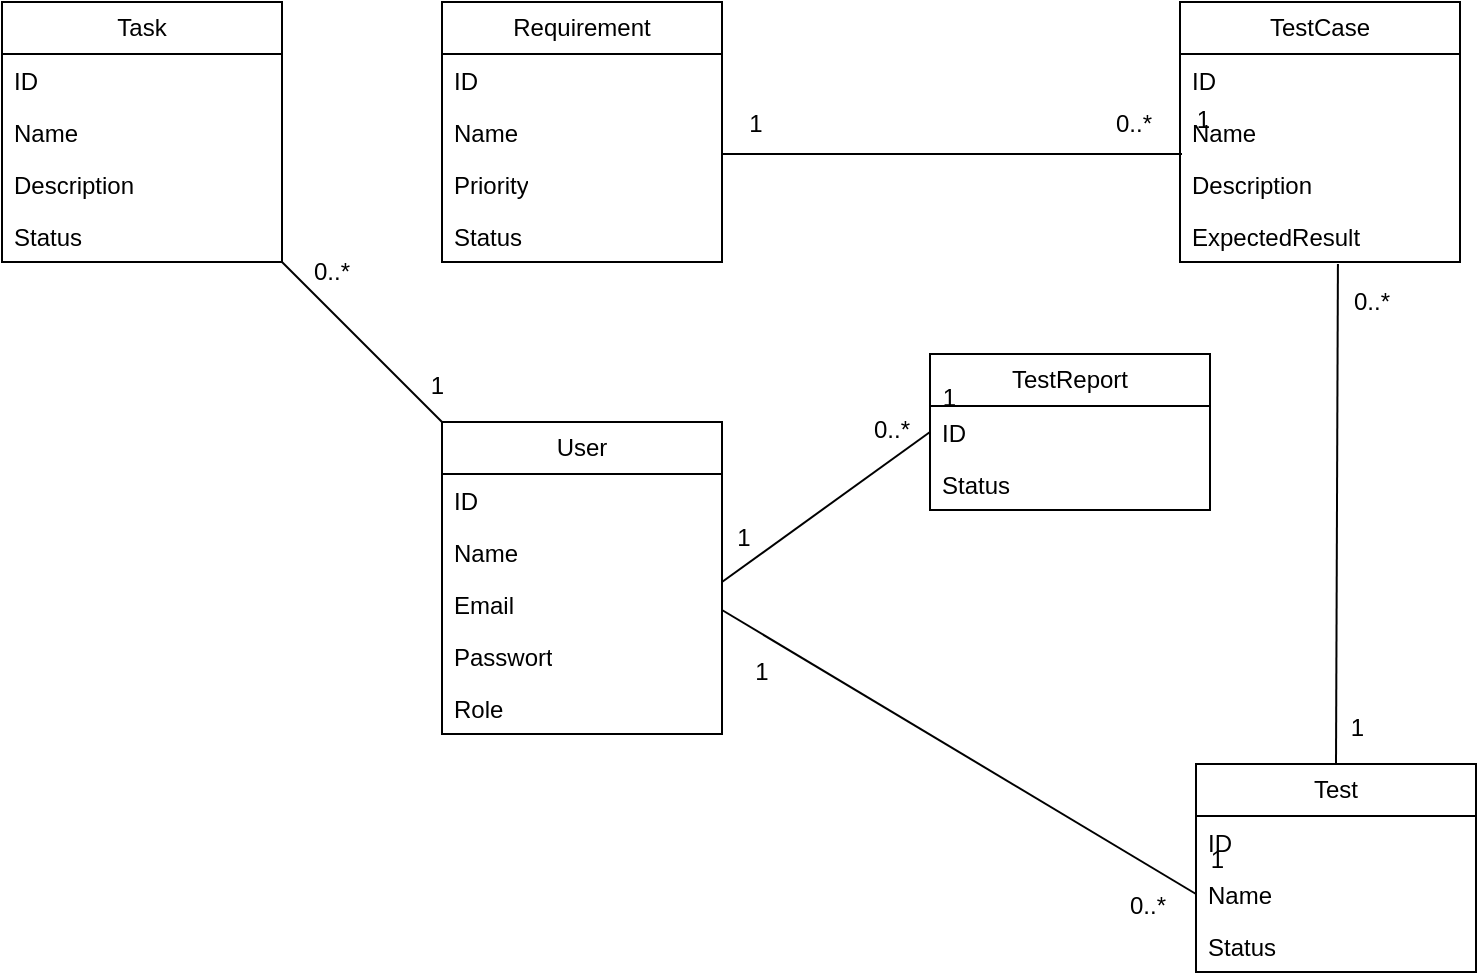
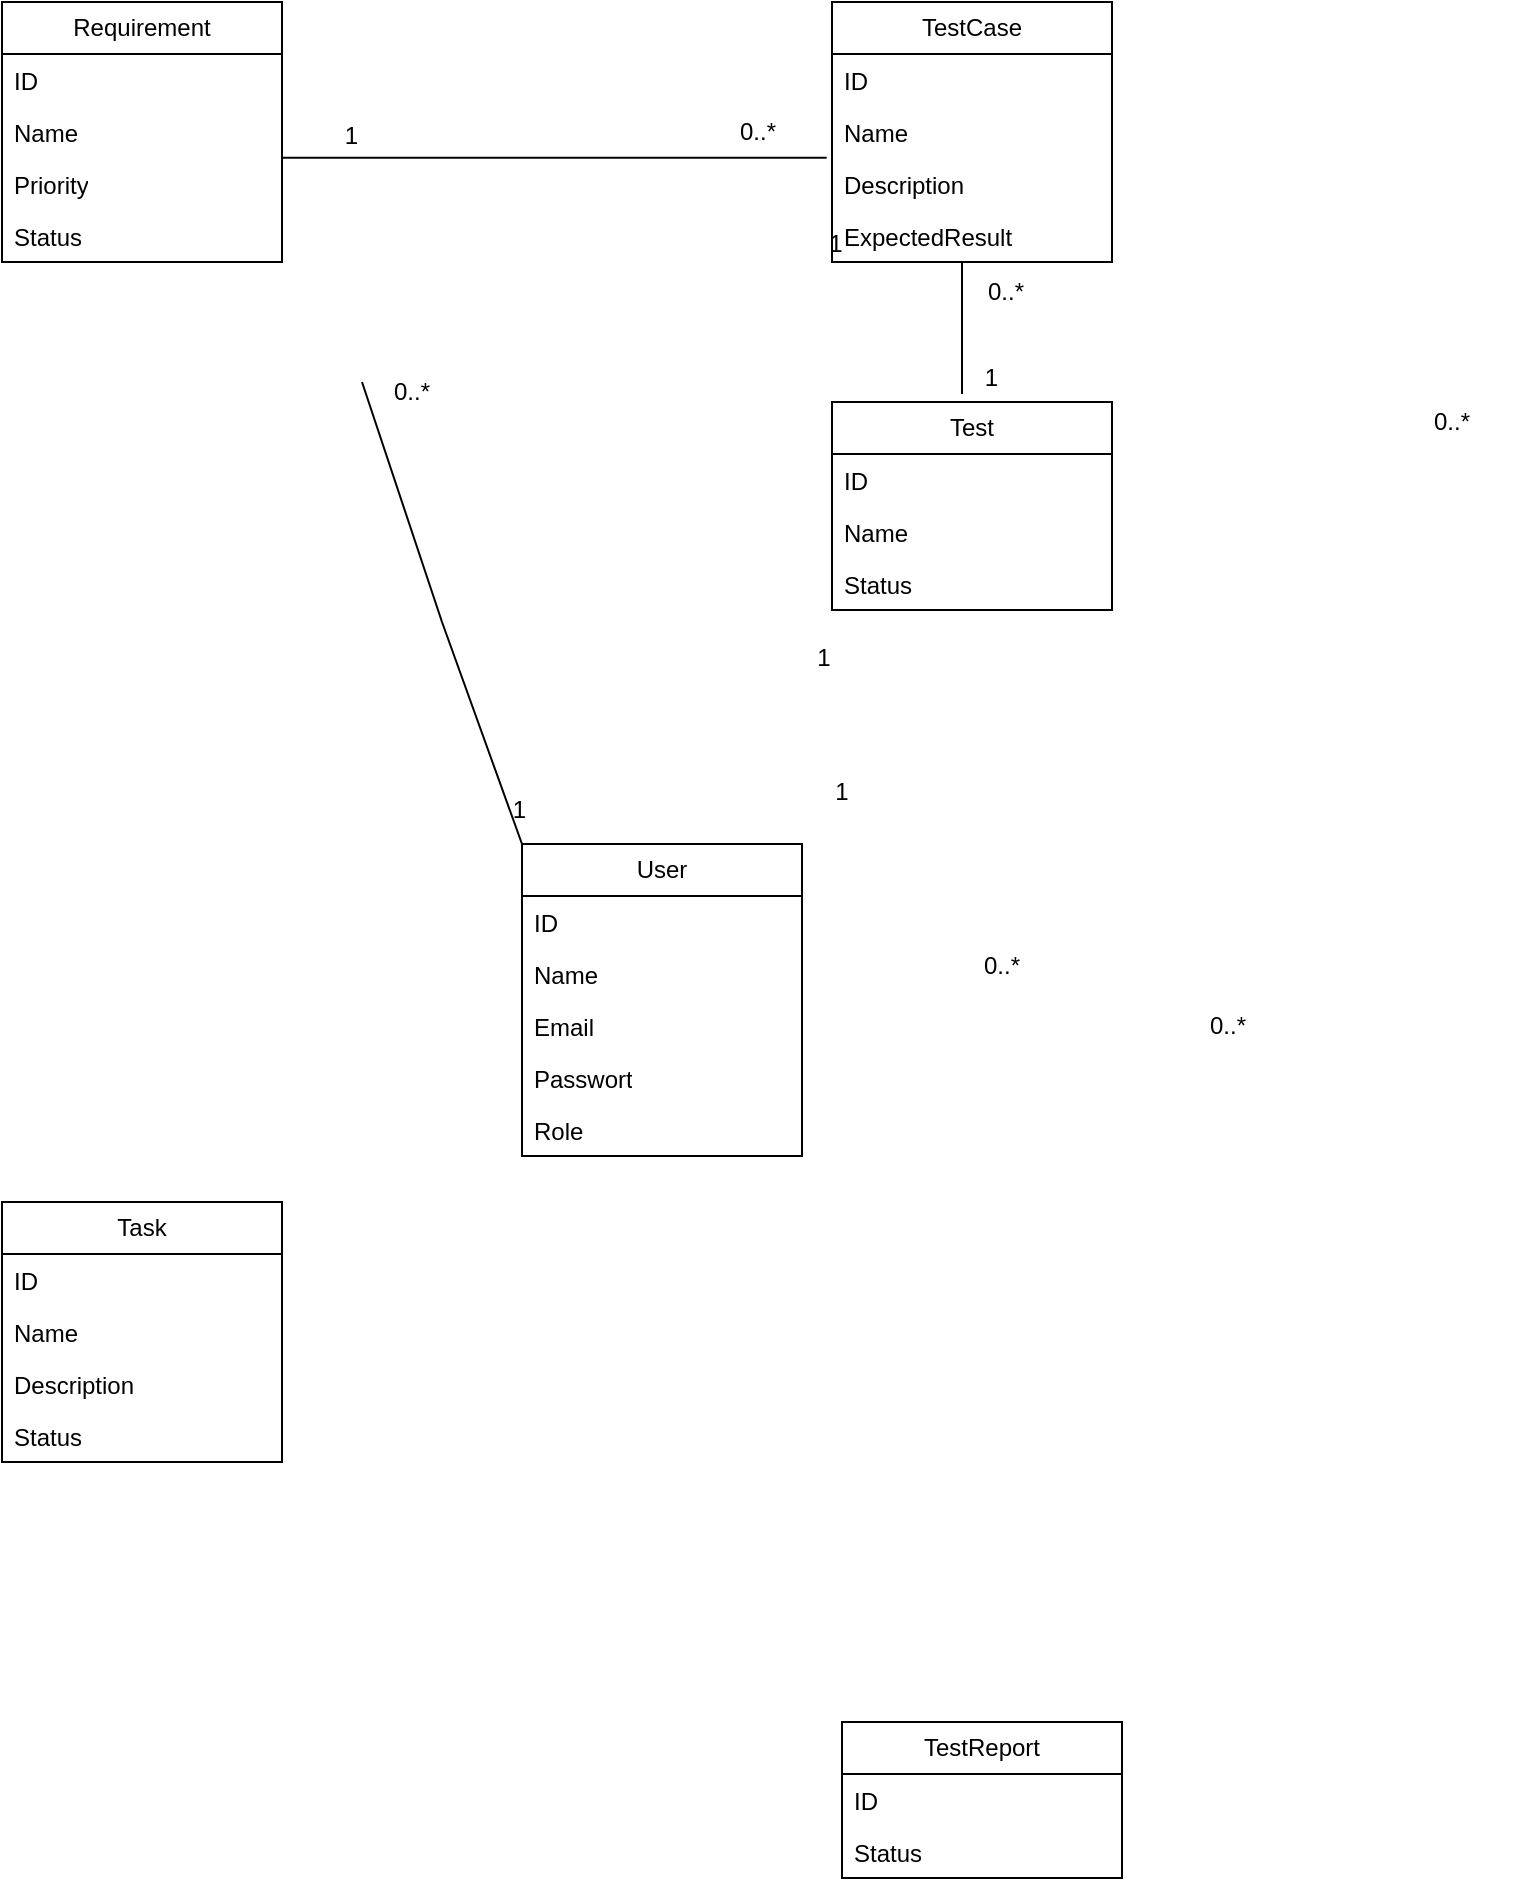
- <mxfile host="app.diagrams.net" agent="Mozilla/5.0 (Macintosh; Intel Mac OS X 10_15_7) AppleWebKit/605.1.15 (KHTML, like Gecko) Version/26.2 Safari/605.1.15" version="29.6.4">
+ <mxfile host="app.diagrams.net" agent="Mozilla/5.0 (Macintosh; Intel Mac OS X 10_15_7) AppleWebKit/605.1.15 (KHTML, like Gecko) Version/26.2 Safari/605.1.15">
  <diagram name="Page-1" id="9UJmMtd8jPqIVRHSLT7q">
-     <mxGraphModel dx="946" dy="642" grid="1" gridSize="10" guides="1" tooltips="1" connect="1" arrows="1" fold="1" page="1" pageScale="1" pageWidth="827" pageHeight="1169" math="0" shadow="0">
+     <mxGraphModel dx="1571" dy="971" grid="1" gridSize="10" guides="1" tooltips="1" connect="1" arrows="1" fold="1" page="1" pageScale="1" pageWidth="827" pageHeight="1169" math="0" shadow="0">
      <root>
        <mxCell id="0" />
        <mxCell id="1" parent="0" />
        <mxCell id="j4pG7-vl0huJbFuu1q33-1" parent="1" style="swimlane;fontStyle=0;childLayout=stackLayout;horizontal=1;startSize=26;fillColor=none;horizontalStack=0;resizeParent=1;resizeParentMax=0;resizeLast=0;collapsible=1;marginBottom=0;whiteSpace=wrap;html=1;" value="User" vertex="1">
-           <mxGeometry height="156" width="140" x="310" y="310" as="geometry" />
+           <mxGeometry height="156" width="140" x="310" y="461" as="geometry" />
        </mxCell>
        <mxCell id="j4pG7-vl0huJbFuu1q33-2" parent="j4pG7-vl0huJbFuu1q33-1" style="text;strokeColor=none;fillColor=none;align=left;verticalAlign=top;spacingLeft=4;spacingRight=4;overflow=hidden;rotatable=0;points=[[0,0.5],[1,0.5]];portConstraint=eastwest;whiteSpace=wrap;html=1;" value="ID" vertex="1">
          <mxGeometry height="26" width="140" y="26" as="geometry" />
        </mxCell>
        <mxCell id="j4pG7-vl0huJbFuu1q33-3" parent="j4pG7-vl0huJbFuu1q33-1" style="text;strokeColor=none;fillColor=none;align=left;verticalAlign=top;spacingLeft=4;spacingRight=4;overflow=hidden;rotatable=0;points=[[0,0.5],[1,0.5]];portConstraint=eastwest;whiteSpace=wrap;html=1;" value="Name" vertex="1">
          <mxGeometry height="26" width="140" y="52" as="geometry" />
        </mxCell>
        <mxCell id="j4pG7-vl0huJbFuu1q33-4" parent="j4pG7-vl0huJbFuu1q33-1" style="text;strokeColor=none;fillColor=none;align=left;verticalAlign=top;spacingLeft=4;spacingRight=4;overflow=hidden;rotatable=0;points=[[0,0.5],[1,0.5]];portConstraint=eastwest;whiteSpace=wrap;html=1;" value="Email" vertex="1">
          <mxGeometry height="26" width="140" y="78" as="geometry" />
        </mxCell>
        <mxCell id="o-WvR14eICfOpZ58rvUq-1" parent="j4pG7-vl0huJbFuu1q33-1" style="text;strokeColor=none;fillColor=none;align=left;verticalAlign=top;spacingLeft=4;spacingRight=4;overflow=hidden;rotatable=0;points=[[0,0.5],[1,0.5]];portConstraint=eastwest;whiteSpace=wrap;html=1;" value="Passwort" vertex="1">
          <mxGeometry height="26" width="140" y="104" as="geometry" />
        </mxCell>
        <mxCell id="o-WvR14eICfOpZ58rvUq-2" parent="j4pG7-vl0huJbFuu1q33-1" style="text;strokeColor=none;fillColor=none;align=left;verticalAlign=top;spacingLeft=4;spacingRight=4;overflow=hidden;rotatable=0;points=[[0,0.5],[1,0.5]];portConstraint=eastwest;whiteSpace=wrap;html=1;" value="Role" vertex="1">
          <mxGeometry height="26" width="140" y="130" as="geometry" />
        </mxCell>
        <mxCell id="o-WvR14eICfOpZ58rvUq-3" parent="1" style="swimlane;fontStyle=0;childLayout=stackLayout;horizontal=1;startSize=26;fillColor=none;horizontalStack=0;resizeParent=1;resizeParentMax=0;resizeLast=0;collapsible=1;marginBottom=0;whiteSpace=wrap;html=1;" value="Requirement" vertex="1">
-           <mxGeometry height="130" width="140" x="310" y="100" as="geometry" />
+           <mxGeometry height="130" width="140" x="50" y="40" as="geometry" />
        </mxCell>
        <mxCell id="o-WvR14eICfOpZ58rvUq-4" parent="o-WvR14eICfOpZ58rvUq-3" style="text;strokeColor=none;fillColor=none;align=left;verticalAlign=top;spacingLeft=4;spacingRight=4;overflow=hidden;rotatable=0;points=[[0,0.5],[1,0.5]];portConstraint=eastwest;whiteSpace=wrap;html=1;" value="ID" vertex="1">
          <mxGeometry height="26" width="140" y="26" as="geometry" />
        </mxCell>
        <mxCell id="o-WvR14eICfOpZ58rvUq-5" parent="o-WvR14eICfOpZ58rvUq-3" style="text;strokeColor=none;fillColor=none;align=left;verticalAlign=top;spacingLeft=4;spacingRight=4;overflow=hidden;rotatable=0;points=[[0,0.5],[1,0.5]];portConstraint=eastwest;whiteSpace=wrap;html=1;" value="Name" vertex="1">
          <mxGeometry height="26" width="140" y="52" as="geometry" />
        </mxCell>
        <mxCell id="o-WvR14eICfOpZ58rvUq-6" parent="o-WvR14eICfOpZ58rvUq-3" style="text;strokeColor=none;fillColor=none;align=left;verticalAlign=top;spacingLeft=4;spacingRight=4;overflow=hidden;rotatable=0;points=[[0,0.5],[1,0.5]];portConstraint=eastwest;whiteSpace=wrap;html=1;" value="Priority" vertex="1">
          <mxGeometry height="26" width="140" y="78" as="geometry" />
        </mxCell>
        <mxCell id="o-WvR14eICfOpZ58rvUq-7" parent="o-WvR14eICfOpZ58rvUq-3" style="text;strokeColor=none;fillColor=none;align=left;verticalAlign=top;spacingLeft=4;spacingRight=4;overflow=hidden;rotatable=0;points=[[0,0.5],[1,0.5]];portConstraint=eastwest;whiteSpace=wrap;html=1;" value="Status" vertex="1">
          <mxGeometry height="26" width="140" y="104" as="geometry" />
        </mxCell>
        <mxCell id="o-WvR14eICfOpZ58rvUq-9" parent="1" style="swimlane;fontStyle=0;childLayout=stackLayout;horizontal=1;startSize=26;fillColor=none;horizontalStack=0;resizeParent=1;resizeParentMax=0;resizeLast=0;collapsible=1;marginBottom=0;whiteSpace=wrap;html=1;" value="TestCase" vertex="1">
-           <mxGeometry height="130" width="140" x="679" y="100" as="geometry" />
+           <mxGeometry height="130" width="140" x="465" y="40" as="geometry" />
        </mxCell>
        <mxCell id="o-WvR14eICfOpZ58rvUq-10" parent="o-WvR14eICfOpZ58rvUq-9" style="text;strokeColor=none;fillColor=none;align=left;verticalAlign=top;spacingLeft=4;spacingRight=4;overflow=hidden;rotatable=0;points=[[0,0.5],[1,0.5]];portConstraint=eastwest;whiteSpace=wrap;html=1;" value="ID" vertex="1">
          <mxGeometry height="26" width="140" y="26" as="geometry" />
        </mxCell>
        <mxCell id="o-WvR14eICfOpZ58rvUq-11" parent="o-WvR14eICfOpZ58rvUq-9" style="text;strokeColor=none;fillColor=none;align=left;verticalAlign=top;spacingLeft=4;spacingRight=4;overflow=hidden;rotatable=0;points=[[0,0.5],[1,0.5]];portConstraint=eastwest;whiteSpace=wrap;html=1;" value="Name" vertex="1">
          <mxGeometry height="26" width="140" y="52" as="geometry" />
        </mxCell>
        <mxCell id="o-WvR14eICfOpZ58rvUq-12" parent="o-WvR14eICfOpZ58rvUq-9" style="text;strokeColor=none;fillColor=none;align=left;verticalAlign=top;spacingLeft=4;spacingRight=4;overflow=hidden;rotatable=0;points=[[0,0.5],[1,0.5]];portConstraint=eastwest;whiteSpace=wrap;html=1;" value="Description" vertex="1">
          <mxGeometry height="26" width="140" y="78" as="geometry" />
        </mxCell>
        <mxCell id="o-WvR14eICfOpZ58rvUq-13" parent="o-WvR14eICfOpZ58rvUq-9" style="text;strokeColor=none;fillColor=none;align=left;verticalAlign=top;spacingLeft=4;spacingRight=4;overflow=hidden;rotatable=0;points=[[0,0.5],[1,0.5]];portConstraint=eastwest;whiteSpace=wrap;html=1;" value="ExpectedResult" vertex="1">
          <mxGeometry height="26" width="140" y="104" as="geometry" />
        </mxCell>
        <mxCell id="o-WvR14eICfOpZ58rvUq-14" parent="1" style="swimlane;fontStyle=0;childLayout=stackLayout;horizontal=1;startSize=26;fillColor=none;horizontalStack=0;resizeParent=1;resizeParentMax=0;resizeLast=0;collapsible=1;marginBottom=0;whiteSpace=wrap;html=1;" value="Test" vertex="1">
-           <mxGeometry height="104" width="140" x="687" y="481" as="geometry" />
+           <mxGeometry height="104" width="140" x="465" y="240" as="geometry" />
        </mxCell>
        <mxCell id="o-WvR14eICfOpZ58rvUq-15" parent="o-WvR14eICfOpZ58rvUq-14" style="text;strokeColor=none;fillColor=none;align=left;verticalAlign=top;spacingLeft=4;spacingRight=4;overflow=hidden;rotatable=0;points=[[0,0.5],[1,0.5]];portConstraint=eastwest;whiteSpace=wrap;html=1;" value="ID" vertex="1">
          <mxGeometry height="26" width="140" y="26" as="geometry" />
        </mxCell>
        <mxCell id="o-WvR14eICfOpZ58rvUq-16" parent="o-WvR14eICfOpZ58rvUq-14" style="text;strokeColor=none;fillColor=none;align=left;verticalAlign=top;spacingLeft=4;spacingRight=4;overflow=hidden;rotatable=0;points=[[0,0.5],[1,0.5]];portConstraint=eastwest;whiteSpace=wrap;html=1;" value="Name" vertex="1">
          <mxGeometry height="26" width="140" y="52" as="geometry" />
        </mxCell>
        <mxCell id="o-WvR14eICfOpZ58rvUq-17" parent="o-WvR14eICfOpZ58rvUq-14" style="text;strokeColor=none;fillColor=none;align=left;verticalAlign=top;spacingLeft=4;spacingRight=4;overflow=hidden;rotatable=0;points=[[0,0.5],[1,0.5]];portConstraint=eastwest;whiteSpace=wrap;html=1;" value="Status" vertex="1">
          <mxGeometry height="26" width="140" y="78" as="geometry" />
        </mxCell>
        <mxCell id="o-WvR14eICfOpZ58rvUq-19" parent="1" style="swimlane;fontStyle=0;childLayout=stackLayout;horizontal=1;startSize=26;fillColor=none;horizontalStack=0;resizeParent=1;resizeParentMax=0;resizeLast=0;collapsible=1;marginBottom=0;whiteSpace=wrap;html=1;" value="Task" vertex="1">
-           <mxGeometry height="130" width="140" x="90" y="100" as="geometry" />
+           <mxGeometry height="130" width="140" x="50" y="640" as="geometry" />
        </mxCell>
        <mxCell id="o-WvR14eICfOpZ58rvUq-20" parent="o-WvR14eICfOpZ58rvUq-19" style="text;strokeColor=none;fillColor=none;align=left;verticalAlign=top;spacingLeft=4;spacingRight=4;overflow=hidden;rotatable=0;points=[[0,0.5],[1,0.5]];portConstraint=eastwest;whiteSpace=wrap;html=1;" value="ID" vertex="1">
          <mxGeometry height="26" width="140" y="26" as="geometry" />
        </mxCell>
        <mxCell id="o-WvR14eICfOpZ58rvUq-21" parent="o-WvR14eICfOpZ58rvUq-19" style="text;strokeColor=none;fillColor=none;align=left;verticalAlign=top;spacingLeft=4;spacingRight=4;overflow=hidden;rotatable=0;points=[[0,0.5],[1,0.5]];portConstraint=eastwest;whiteSpace=wrap;html=1;" value="Name" vertex="1">
          <mxGeometry height="26" width="140" y="52" as="geometry" />
        </mxCell>
        <mxCell id="o-WvR14eICfOpZ58rvUq-22" parent="o-WvR14eICfOpZ58rvUq-19" style="text;strokeColor=none;fillColor=none;align=left;verticalAlign=top;spacingLeft=4;spacingRight=4;overflow=hidden;rotatable=0;points=[[0,0.5],[1,0.5]];portConstraint=eastwest;whiteSpace=wrap;html=1;" value="Description" vertex="1">
          <mxGeometry height="26" width="140" y="78" as="geometry" />
        </mxCell>
        <mxCell id="o-WvR14eICfOpZ58rvUq-23" parent="o-WvR14eICfOpZ58rvUq-19" style="text;strokeColor=none;fillColor=none;align=left;verticalAlign=top;spacingLeft=4;spacingRight=4;overflow=hidden;rotatable=0;points=[[0,0.5],[1,0.5]];portConstraint=eastwest;whiteSpace=wrap;html=1;" value="Status" vertex="1">
          <mxGeometry height="26" width="140" y="104" as="geometry" />
        </mxCell>
        <mxCell id="o-WvR14eICfOpZ58rvUq-24" parent="1" style="swimlane;fontStyle=0;childLayout=stackLayout;horizontal=1;startSize=26;fillColor=none;horizontalStack=0;resizeParent=1;resizeParentMax=0;resizeLast=0;collapsible=1;marginBottom=0;whiteSpace=wrap;html=1;" value="TestReport" vertex="1">
-           <mxGeometry height="78" width="140" x="554" y="276" as="geometry" />
+           <mxGeometry height="78" width="140" x="470" y="900" as="geometry" />
        </mxCell>
        <mxCell id="o-WvR14eICfOpZ58rvUq-25" parent="o-WvR14eICfOpZ58rvUq-24" style="text;strokeColor=none;fillColor=none;align=left;verticalAlign=top;spacingLeft=4;spacingRight=4;overflow=hidden;rotatable=0;points=[[0,0.5],[1,0.5]];portConstraint=eastwest;whiteSpace=wrap;html=1;" value="ID" vertex="1">
          <mxGeometry height="26" width="140" y="26" as="geometry" />
        </mxCell>
        <mxCell id="o-WvR14eICfOpZ58rvUq-27" parent="o-WvR14eICfOpZ58rvUq-24" style="text;strokeColor=none;fillColor=none;align=left;verticalAlign=top;spacingLeft=4;spacingRight=4;overflow=hidden;rotatable=0;points=[[0,0.5],[1,0.5]];portConstraint=eastwest;whiteSpace=wrap;html=1;" value="Status" vertex="1">
          <mxGeometry height="26" width="140" y="52" as="geometry" />
        </mxCell>
        <mxCell id="o-WvR14eICfOpZ58rvUq-37" parent="1" style="text;html=1;whiteSpace=wrap;strokeColor=none;fillColor=none;align=center;verticalAlign=middle;rounded=0;" value="1" vertex="1">
          <mxGeometry height="30" width="60" x="437" y="146" as="geometry" />
        </mxCell>
        <mxCell id="o-WvR14eICfOpZ58rvUq-38" parent="1" style="text;html=1;whiteSpace=wrap;strokeColor=none;fillColor=none;align=center;verticalAlign=middle;rounded=0;" value="0..*" vertex="1">
-           <mxGeometry height="30" width="60" x="626" y="146" as="geometry" />
+           <mxGeometry height="30" width="60" x="398" y="90" as="geometry" />
        </mxCell>
        <mxCell id="o-WvR14eICfOpZ58rvUq-39" parent="1" style="text;html=1;whiteSpace=wrap;strokeColor=none;fillColor=none;align=center;verticalAlign=middle;rounded=0;" value="0..*" vertex="1">
          <mxGeometry height="30" width="60" x="745" y="235" as="geometry" />
        </mxCell>
        <mxCell id="o-WvR14eICfOpZ58rvUq-44" parent="1" style="text;html=1;whiteSpace=wrap;strokeColor=none;fillColor=none;align=center;verticalAlign=middle;rounded=0;" value="0..*" vertex="1">
          <mxGeometry height="30" width="60" x="633" y="537" as="geometry" />
        </mxCell>
        <mxCell id="o-WvR14eICfOpZ58rvUq-45" parent="1" style="text;html=1;whiteSpace=wrap;strokeColor=none;fillColor=none;align=center;verticalAlign=middle;rounded=0;" value="1" vertex="1">
          <mxGeometry height="30" width="60" x="431" y="353" as="geometry" />
        </mxCell>
        <mxCell id="o-WvR14eICfOpZ58rvUq-46" parent="1" style="text;html=1;whiteSpace=wrap;strokeColor=none;fillColor=none;align=center;verticalAlign=middle;rounded=0;" value="0..*" vertex="1">
-           <mxGeometry height="30" width="60" x="505" y="299" as="geometry" />
+           <mxGeometry height="30" width="60" x="520" y="507" as="geometry" />
        </mxCell>
        <mxCell id="o-WvR14eICfOpZ58rvUq-47" edge="1" parent="1" style="endArrow=none;html=1;rounded=0;entryX=0;entryY=0;entryDx=0;entryDy=0;" target="j4pG7-vl0huJbFuu1q33-1" value="">
          <mxGeometry relative="1" as="geometry">
+             <Array as="points">
+               <mxPoint x="270" y="350" />
+             </Array>
            <mxPoint x="230" y="230" as="sourcePoint" />
            <mxPoint x="390" y="230" as="targetPoint" />
          </mxGeometry>
        </mxCell>
        <mxCell id="o-WvR14eICfOpZ58rvUq-48" connectable="0" parent="o-WvR14eICfOpZ58rvUq-47" style="resizable=0;html=1;whiteSpace=wrap;align=right;verticalAlign=bottom;" value="1" vertex="1">
          <mxGeometry relative="1" x="1" as="geometry">
            <mxPoint x="3" y="-9" as="offset" />
          </mxGeometry>
        </mxCell>
        <mxCell id="o-WvR14eICfOpZ58rvUq-49" parent="1" style="text;html=1;whiteSpace=wrap;strokeColor=none;fillColor=none;align=center;verticalAlign=middle;rounded=0;" value="0..*" vertex="1">
          <mxGeometry height="30" width="60" x="225" y="220" as="geometry" />
        </mxCell>
-         <mxCell id="o-WvR14eICfOpZ58rvUq-52" edge="1" parent="1" source="o-WvR14eICfOpZ58rvUq-13" style="endArrow=none;html=1;rounded=0;entryX=0.5;entryY=0;entryDx=0;entryDy=0;exitX=0.564;exitY=1.038;exitDx=0;exitDy=0;exitPerimeter=0;" target="o-WvR14eICfOpZ58rvUq-14" value="">
+         <mxCell id="o-WvR14eICfOpZ58rvUq-58" edge="1" parent="1" source="o-WvR14eICfOpZ58rvUq-6" style="endArrow=none;html=1;rounded=0;entryX=-0.019;entryY=-0.004;entryDx=0;entryDy=0;exitX=1.001;exitY=-0.004;exitDx=0;exitDy=0;exitPerimeter=0;entryPerimeter=0;" target="o-WvR14eICfOpZ58rvUq-12" value="">
          <mxGeometry relative="1" as="geometry">
-             <mxPoint x="260" y="280" as="sourcePoint" />
-             <mxPoint x="340" y="360" as="targetPoint" />
-           </mxGeometry>
-         </mxCell>
-         <mxCell id="o-WvR14eICfOpZ58rvUq-53" connectable="0" parent="o-WvR14eICfOpZ58rvUq-52" style="resizable=0;html=1;whiteSpace=wrap;align=right;verticalAlign=bottom;" value="1" vertex="1">
-           <mxGeometry relative="1" x="1" as="geometry">
-             <mxPoint x="15" y="-9" as="offset" />
-           </mxGeometry>
-         </mxCell>
-         <mxCell id="o-WvR14eICfOpZ58rvUq-58" edge="1" parent="1" style="endArrow=none;html=1;rounded=0;" value="">
-           <mxGeometry relative="1" as="geometry">
-             <mxPoint x="450" y="176" as="sourcePoint" />
-             <mxPoint x="680" y="176" as="targetPoint" />
+             <mxPoint x="207" y="120" as="sourcePoint" />
+             <mxPoint x="437" y="120" as="targetPoint" />
          </mxGeometry>
        </mxCell>
        <mxCell id="o-WvR14eICfOpZ58rvUq-59" connectable="0" parent="o-WvR14eICfOpZ58rvUq-58" style="resizable=0;html=1;whiteSpace=wrap;align=right;verticalAlign=bottom;" value="1" vertex="1">
          <mxGeometry relative="1" x="1" as="geometry">
-             <mxPoint x="15" y="-9" as="offset" />
+             <mxPoint x="-233" y="-2" as="offset" />
          </mxGeometry>
        </mxCell>
-         <mxCell id="o-WvR14eICfOpZ58rvUq-60" edge="1" parent="1" style="endArrow=none;html=1;rounded=0;entryX=0;entryY=0.5;entryDx=0;entryDy=0;" target="o-WvR14eICfOpZ58rvUq-25" value="">
+         <mxCell id="o-WvR14eICfOpZ58rvUq-60" edge="1" parent="1" style="endArrow=none;html=1;rounded=0;" value="">
          <mxGeometry relative="1" as="geometry">
-             <mxPoint x="450" y="390" as="sourcePoint" />
-             <mxPoint x="780" y="170" as="targetPoint" />
+             <mxPoint x="530" y="170" as="sourcePoint" />
+             <mxPoint x="530" y="236" as="targetPoint" />
          </mxGeometry>
        </mxCell>
        <mxCell id="o-WvR14eICfOpZ58rvUq-61" connectable="0" parent="o-WvR14eICfOpZ58rvUq-60" style="resizable=0;html=1;whiteSpace=wrap;align=right;verticalAlign=bottom;" value="1" vertex="1">
          <mxGeometry relative="1" x="1" as="geometry">
-             <mxPoint x="15" y="-9" as="offset" />
-           </mxGeometry>
-         </mxCell>
-         <mxCell id="o-WvR14eICfOpZ58rvUq-62" edge="1" parent="1" style="endArrow=none;html=1;rounded=0;exitX=0;exitY=0.75;exitDx=0;exitDy=0;entryX=0;entryY=0.5;entryDx=0;entryDy=0;" target="o-WvR14eICfOpZ58rvUq-16" value="">
-           <mxGeometry relative="1" as="geometry">
-             <mxPoint x="450" y="404" as="sourcePoint" />
-             <mxPoint x="810" y="170" as="targetPoint" />
-           </mxGeometry>
-         </mxCell>
-         <mxCell id="o-WvR14eICfOpZ58rvUq-63" connectable="0" parent="o-WvR14eICfOpZ58rvUq-62" style="resizable=0;html=1;whiteSpace=wrap;align=right;verticalAlign=bottom;" value="1" vertex="1">
-           <mxGeometry relative="1" x="1" as="geometry">
-             <mxPoint x="15" y="-9" as="offset" />
+             <mxPoint x="19" as="offset" />
          </mxGeometry>
        </mxCell>
        <mxCell id="o-WvR14eICfOpZ58rvUq-64" parent="1" style="text;html=1;whiteSpace=wrap;strokeColor=none;fillColor=none;align=center;verticalAlign=middle;rounded=0;" value="1" vertex="1">
          <mxGeometry height="30" width="60" x="440" y="420" as="geometry" />
        </mxCell>
+         <mxCell id="drSWdjsGve0Spve9kgra-2" parent="1" style="text;html=1;whiteSpace=wrap;strokeColor=none;fillColor=none;align=center;verticalAlign=middle;rounded=0;" value="0..*" vertex="1">
+           <mxGeometry height="30" width="60" x="522" y="170" as="geometry" />
+         </mxCell>
      </root>
    </mxGraphModel>
  </diagram>
</mxfile>
